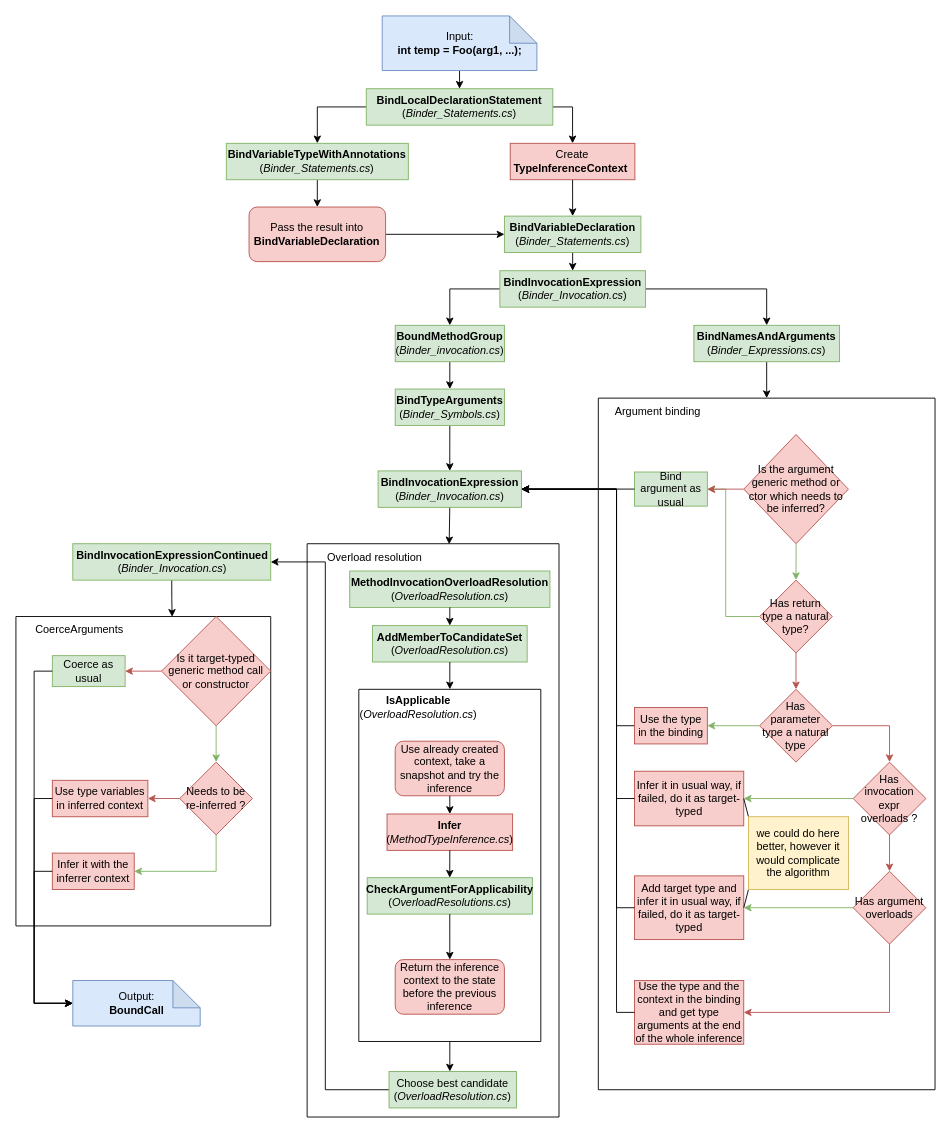
Before: Notes/Artifacts/InvocationExpressionBinding_Improved.drawio in TomatorCZ/master-thesis, a draw.io diagram. Source tidied: cells renumbered, new cells numbered last; positions are measured from the earlier drawing's top-left corner, leaving out a move shared by most shapes. Both pictures are drawn from the tidied source at 91%, with x=0, y=0 at pixel (15, 15).
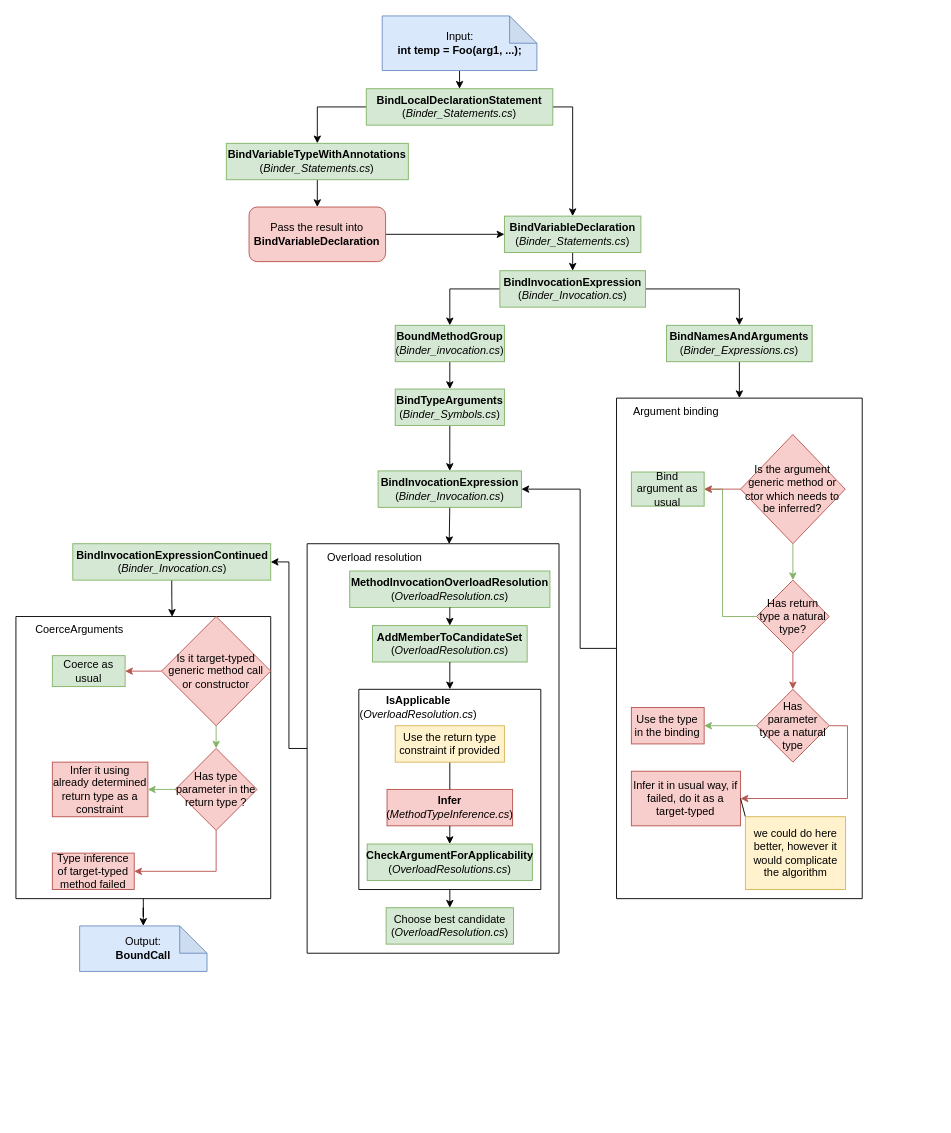
The same diagram, later.

The change refers to these unchanged cells:
```xml
<mxCell id="7" value="&lt;b&gt;BindLocalDeclarationStatement&lt;/b&gt; (&lt;i&gt;Binder_Statements.cs&lt;/i&gt;)" style="rounded=0;whiteSpace=wrap;html=1;fillColor=#d5e8d4;strokeColor=#82b366;" parent="1" vertex="1">
  <mxGeometry x="385" y="80" width="205" height="40" as="geometry" />
</mxCell>
<mxCell id="11" value="&lt;b&gt;BindVariableDeclaration&lt;/b&gt;&lt;br&gt;(&lt;i&gt;Binder_Statements.cs&lt;/i&gt;)" style="rounded=0;whiteSpace=wrap;html=1;fillColor=#d5e8d4;strokeColor=#82b366;" parent="1" vertex="1">
  <mxGeometry x="536.8" y="220" width="150" height="40" as="geometry" />
</mxCell>
<mxCell id="20" value="&lt;b&gt;BindInvocationExpression&lt;br&gt;&lt;/b&gt;(&lt;i&gt;Binder_Invocation.cs&lt;/i&gt;)" style="rounded=0;whiteSpace=wrap;html=1;fillColor=#d5e8d4;strokeColor=#82b366;" parent="1" vertex="1">
  <mxGeometry x="398" y="500" width="157.5" height="40" as="geometry" />
</mxCell>
<mxCell id="24" value="&lt;b&gt;BindInvocationExpressionContinued&lt;br&gt;&lt;/b&gt;(&lt;i&gt;Binder_Invocation.cs&lt;/i&gt;)" style="rounded=0;whiteSpace=wrap;html=1;fillColor=#d5e8d4;strokeColor=#82b366;" parent="1" vertex="1">
  <mxGeometry x="62.5" y="580" width="217.5" height="40" as="geometry" />
</mxCell>
<mxCell id="66" value="Coerce as usual" style="rounded=0;whiteSpace=wrap;html=1;fillColor=#d5e8d4;strokeColor=#82b366;" parent="58" vertex="1">
  <mxGeometry x="40" y="43" width="80" height="34" as="geometry" />
</mxCell>
```

What changed in the source:
```diff
@@
-    <mxCell id="5" style="rounded=0;jettySize=auto;html=1;exitX=0.5;exitY=1;exitDx=0;exitDy=0;entryX=0.5;entryY=0;entryDx=0;entryDy=0;" parent="1" edge="1" source="27" target="11">
-      <mxGeometry relative="1" as="geometry" />
-    </mxCell>
-    <mxCell id="6" style="rounded=0;jettySize=auto;html=1;exitX=1;exitY=0.5;exitDx=0;exitDy=0;entryX=0.5;entryY=0;entryDx=0;entryDy=0;edgeStyle=orthogonalEdgeStyle;" parent="1" edge="1" source="7" target="27">
+    <mxCell id="6" style="rounded=0;jettySize=auto;html=1;exitX=1;exitY=0.5;exitDx=0;exitDy=0;edgeStyle=orthogonalEdgeStyle;entryX=0.5;entryY=0;entryDx=0;entryDy=0;" parent="1" edge="1" source="7" target="11">
       <mxGeometry relative="1" as="geometry" />
     </mxCell>
@@
     <mxCell id="18" value="&lt;b&gt;BindNamesAndArguments&lt;/b&gt;&lt;br&gt;(&lt;i&gt;Binder_Expressions.cs&lt;/i&gt;)" style="rounded=0;whiteSpace=wrap;html=1;fillColor=#d5e8d4;strokeColor=#82b366;" parent="1" vertex="1">
-      <mxGeometry x="745" y="340" width="160" height="40" as="geometry" />
+      <mxGeometry x="715" y="340" width="160" height="40" as="geometry" />
     </mxCell>
@@
     <mxCell id="25" value="Output:&lt;br&gt;&lt;b&gt;BoundCall&lt;/b&gt;" style="shape=note;whiteSpace=wrap;html=1;backgroundOutline=1;darkOpacity=0.05;fillColor=#dae8fc;strokeColor=#6c8ebf;" parent="1" vertex="1">
-      <mxGeometry x="62.5" y="1060" width="140" height="50" as="geometry" />
+      <mxGeometry x="70" y="1000" width="140" height="50" as="geometry" />
     </mxCell>
-    <mxCell id="26" style="rounded=0;jettySize=auto;html=1;entryX=1;entryY=0.5;entryDx=0;entryDy=0;exitX=0;exitY=0.5;exitDx=0;exitDy=0;edgeStyle=orthogonalEdgeStyle;" parent="1" edge="1" source="76" target="24">
-      <mxGeometry relative="1" as="geometry">
-        <Array as="points">
-          <mxPoint x="340" y="1180" />
-          <mxPoint x="340" y="600" />
-        </Array>
-      </mxGeometry>
-    </mxCell>
-    <mxCell id="27" value="Create &lt;b&gt;TypeInferenceContext&lt;/b&gt;&amp;nbsp;" style="rounded=0;whiteSpace=wrap;html=1;fillColor=#f8cecc;strokeColor=#b85450;" parent="1" vertex="1">
-      <mxGeometry x="543.2" y="140" width="137" height="40" as="geometry" />
-    </mxCell>
@@
-    <mxCell id="30" style="edgeStyle=orthogonalEdgeStyle;rounded=0;jettySize=auto;html=1;exitX=0;exitY=0.5;exitDx=0;exitDy=0;entryX=1;entryY=0.5;entryDx=0;entryDy=0;" parent="1" edge="1" source="34" target="20">
-      <mxGeometry relative="1" as="geometry">
-        <Array as="points">
-          <mxPoint x="660" y="780" />
-          <mxPoint x="660" y="520" />
-        </Array>
-      </mxGeometry>
-    </mxCell>
+    <mxCell id="91" style="edgeStyle=orthogonalEdgeStyle;rounded=0;jettySize=auto;html=1;exitX=0;exitY=0.5;exitDx=0;exitDy=0;entryX=1;entryY=0.5;entryDx=0;entryDy=0;" parent="1" edge="1" source="31" target="20">
+      <mxGeometry relative="1" as="geometry">
+        <Array as="points">
+          <mxPoint x="620" y="695" />
+          <mxPoint x="620" y="520" />
+        </Array>
+      </mxGeometry>
+    </mxCell>
     <mxCell id="31" style="swimlane;startSize=0;" parent="1" vertex="1">
-      <mxGeometry x="640" y="420" width="370" height="760" as="geometry" />
+      <mxGeometry x="660" y="420" width="270" height="550" as="geometry" />
     </mxCell>
@@
     <mxCell id="33" value="Bind argument as usual" style="rounded=0;whiteSpace=wrap;html=1;fillColor=#d5e8d4;strokeColor=#82b366;" parent="31" vertex="1">
-      <mxGeometry x="39.8" y="81.2" width="80" height="37.5" as="geometry" />
+      <mxGeometry x="16.3" y="81.2" width="80" height="37.5" as="geometry" />
     </mxCell>
     <mxCell id="34" value="Use the type in the binding" style="rounded=0;whiteSpace=wrap;html=1;fillColor=#f8cecc;strokeColor=#b85450;" parent="31" vertex="1">
-      <mxGeometry x="39.8" y="340" width="80" height="40" as="geometry" />
+      <mxGeometry x="16.3" y="340" width="80" height="40" as="geometry" />
     </mxCell>
-    <mxCell id="35" style="edgeStyle=orthogonalEdgeStyle;rounded=0;jettySize=auto;html=1;exitX=0;exitY=0.5;exitDx=0;exitDy=0;entryX=1;entryY=0.5;entryDx=0;entryDy=0;fillColor=#d5e8d4;strokeColor=#82b366;" parent="31" edge="1" source="37" target="51">
-      <mxGeometry relative="1" as="geometry" />
-    </mxCell>
-    <mxCell id="36" style="edgeStyle=orthogonalEdgeStyle;rounded=0;jettySize=auto;html=1;exitX=0.5;exitY=1;exitDx=0;exitDy=0;entryX=1;entryY=0.5;entryDx=0;entryDy=0;fillColor=#f8cecc;strokeColor=#b85450;" parent="31" edge="1" source="37" target="45">
-      <mxGeometry relative="1" as="geometry" />
-    </mxCell>
-    <mxCell id="37" value="Has argument overloads" style="rhombus;whiteSpace=wrap;html=1;fillColor=#f8cecc;strokeColor=#b85450;" parent="31" vertex="1">
-      <mxGeometry x="280" y="520" width="80" height="80" as="geometry" />
-    </mxCell>
     <mxCell id="38" value="Has return type a natural type?" style="rhombus;whiteSpace=wrap;html=1;fillColor=#f8cecc;strokeColor=#b85450;" parent="31" vertex="1">
-      <mxGeometry x="177.2" y="200" width="80" height="80" as="geometry" />
+      <mxGeometry x="153.8" y="200" width="80" height="80" as="geometry" />
     </mxCell>
     <mxCell id="39" value="Has parameter type a natural type" style="rhombus;whiteSpace=wrap;html=1;fillColor=#f8cecc;strokeColor=#b85450;" parent="31" vertex="1">
-      <mxGeometry x="177.2" y="320" width="80" height="80" as="geometry" />
+      <mxGeometry x="153.8" y="320" width="80" height="80" as="geometry" />
     </mxCell>
     <mxCell id="40" style="edgeStyle=orthogonalEdgeStyle;rounded=0;jettySize=auto;html=1;exitX=0;exitY=0.5;exitDx=0;exitDy=0;entryX=1;entryY=0.5;entryDx=0;entryDy=0;fillColor=#d5e8d4;strokeColor=#82b366;" parent="31" edge="1" source="38" target="33">
       <mxGeometry relative="1" as="geometry">
         <Array as="points">
-          <mxPoint x="140" y="240" />
-          <mxPoint x="140" y="100" />
+          <mxPoint x="116.5" y="240" />
+          <mxPoint x="116.5" y="100" />
         </Array>
       </mxGeometry>
     </mxCell>
@@
-    <mxCell id="42" style="edgeStyle=orthogonalEdgeStyle;rounded=0;jettySize=auto;html=1;exitX=0.5;exitY=1;exitDx=0;exitDy=0;entryX=0.5;entryY=0;entryDx=0;entryDy=0;fillColor=#f8cecc;strokeColor=#b85450;" parent="31" edge="1" source="44" target="37">
-      <mxGeometry relative="1" as="geometry" />
-    </mxCell>
-    <mxCell id="43" style="edgeStyle=orthogonalEdgeStyle;rounded=0;jettySize=auto;html=1;exitX=0;exitY=0.5;exitDx=0;exitDy=0;entryX=1;entryY=0.5;entryDx=0;entryDy=0;fillColor=#d5e8d4;strokeColor=#82b366;" parent="31" edge="1" source="44" target="52">
-      <mxGeometry relative="1" as="geometry" />
-    </mxCell>
-    <mxCell id="44" value="Has invocation expr overloads ?" style="rhombus;whiteSpace=wrap;html=1;fillColor=#f8cecc;strokeColor=#b85450;" parent="31" vertex="1">
-      <mxGeometry x="280" y="400" width="80" height="80" as="geometry" />
-    </mxCell>
-    <mxCell id="45" value="Use the type and the context in the binding and get type arguments at the end of the whole inference" style="rounded=0;whiteSpace=wrap;html=1;fillColor=#f8cecc;strokeColor=#b85450;" parent="31" vertex="1">
-      <mxGeometry x="39.8" y="640" width="120" height="70" as="geometry" />
-    </mxCell>
@@
-    <mxCell id="47" style="edgeStyle=orthogonalEdgeStyle;rounded=0;jettySize=auto;html=1;exitX=1;exitY=0.5;exitDx=0;exitDy=0;entryX=0.5;entryY=0;entryDx=0;entryDy=0;fillColor=#f8cecc;strokeColor=#b85450;" parent="31" edge="1" source="39" target="44">
+    <mxCell id="47" style="edgeStyle=orthogonalEdgeStyle;rounded=0;jettySize=auto;html=1;exitX=1;exitY=0.5;exitDx=0;exitDy=0;entryX=1;entryY=0.5;entryDx=0;entryDy=0;fillColor=#f8cecc;strokeColor=#b85450;" parent="31" edge="1" source="39" target="52">
       <mxGeometry relative="1" as="geometry" />
     </mxCell>
     <mxCell id="48" style="edgeStyle=orthogonalEdgeStyle;rounded=0;jettySize=auto;html=1;exitX=0;exitY=0.5;exitDx=0;exitDy=0;fillColor=#f8cecc;strokeColor=#b85450;" parent="31" edge="1" source="49">
       <mxGeometry relative="1" as="geometry">
-        <mxPoint x="119.8" y="100.2" as="targetPoint" />
+        <mxPoint x="96.3" y="100.2" as="targetPoint" />
       </mxGeometry>
     </mxCell>
     <mxCell id="49" value="Is the argument generic method or ctor which needs to be inferred?" style="rhombus;whiteSpace=wrap;html=1;fillColor=#f8cecc;strokeColor=#b85450;" parent="31" vertex="1">
-      <mxGeometry x="159.8" y="40" width="115" height="120" as="geometry" />
+      <mxGeometry x="136.3" y="40" width="115" height="120" as="geometry" />
     </mxCell>
@@
-    <mxCell id="51" value="Add target type and infer it in usual way, if failed, do it as target-typed" style="rounded=0;whiteSpace=wrap;html=1;fillColor=#f8cecc;strokeColor=#b85450;" parent="31" vertex="1">
-      <mxGeometry x="39.8" y="525" width="120" height="70" as="geometry" />
-    </mxCell>
-    <mxCell id="52" value="Infer it in usual way, if failed, do it as target-typed" style="rounded=0;whiteSpace=wrap;html=1;fillColor=#f8cecc;strokeColor=#b85450;" parent="31" vertex="1">
-      <mxGeometry x="39.8" y="410" width="120" height="60" as="geometry" />
+    <mxCell id="52" value="Infer it in usual way, if failed, do it as a target-typed" style="rounded=0;whiteSpace=wrap;html=1;fillColor=#f8cecc;strokeColor=#b85450;" parent="31" vertex="1">
+      <mxGeometry x="16.3" y="410" width="120" height="60" as="geometry" />
     </mxCell>
@@
-    <mxCell id="54" style="rounded=0;jettySize=auto;html=1;exitX=0;exitY=1;exitDx=0;exitDy=0;entryX=1;entryY=0.5;entryDx=0;entryDy=0;endArrow=none;endFill=0;" parent="31" edge="1" source="55" target="51">
-      <mxGeometry relative="1" as="geometry" />
-    </mxCell>
     <mxCell id="55" value="we could do here better, however it would complicate the algorithm" style="rounded=0;whiteSpace=wrap;html=1;fillColor=#fff2cc;strokeColor=#d6b656;" parent="31" vertex="1">
-      <mxGeometry x="165" y="460" width="110" height="80" as="geometry" />
+      <mxGeometry x="141.6" y="460" width="110" height="80" as="geometry" />
     </mxCell>
-    <mxCell id="56" style="edgeStyle=orthogonalEdgeStyle;rounded=0;jettySize=auto;html=1;exitX=0;exitY=0.5;exitDx=0;exitDy=0;entryX=1;entryY=0.5;entryDx=0;entryDy=0;" parent="1" edge="1" source="45" target="20">
-      <mxGeometry relative="1" as="geometry">
-        <Array as="points">
-          <mxPoint x="660" y="1095" />
-          <mxPoint x="660" y="520" />
-        </Array>
-      </mxGeometry>
-    </mxCell>
-    <mxCell id="57" style="edgeStyle=orthogonalEdgeStyle;rounded=0;jettySize=auto;html=1;exitX=0;exitY=0.5;exitDx=0;exitDy=0;entryX=1;entryY=0.5;entryDx=0;entryDy=0;" parent="1" edge="1" source="33" target="20">
-      <mxGeometry relative="1" as="geometry" />
-    </mxCell>
+    <mxCell id="92" style="edgeStyle=orthogonalEdgeStyle;rounded=0;jettySize=auto;html=1;exitX=0.5;exitY=1;exitDx=0;exitDy=0;" parent="1" edge="1" source="58" target="25">
+      <mxGeometry relative="1" as="geometry" />
+    </mxCell>
     <mxCell id="58" style="swimlane;startSize=0;" parent="1" vertex="1">
-      <mxGeometry y="660" width="280" height="340" as="geometry" />
+      <mxGeometry y="660" width="280" height="310" as="geometry" />
     </mxCell>
@@
-    <mxCell id="63" style="edgeStyle=orthogonalEdgeStyle;rounded=0;jettySize=auto;html=1;exitX=0.5;exitY=1;exitDx=0;exitDy=0;entryX=1;entryY=0.5;entryDx=0;entryDy=0;fillColor=#d5e8d4;strokeColor=#82b366;" parent="58" edge="1" source="65" target="68">
+    <mxCell id="63" style="edgeStyle=orthogonalEdgeStyle;rounded=0;jettySize=auto;html=1;exitX=0.5;exitY=1;exitDx=0;exitDy=0;entryX=1;entryY=0.5;entryDx=0;entryDy=0;fillColor=#f8cecc;strokeColor=#b85450;" parent="58" edge="1" source="65" target="68">
       <mxGeometry relative="1" as="geometry" />
     </mxCell>
-    <mxCell id="64" style="edgeStyle=orthogonalEdgeStyle;rounded=0;jettySize=auto;html=1;exitX=0;exitY=0.5;exitDx=0;exitDy=0;entryX=1;entryY=0.5;entryDx=0;entryDy=0;fillColor=#f8cecc;strokeColor=#b85450;" parent="58" edge="1" source="65" target="67">
+    <mxCell id="64" style="edgeStyle=orthogonalEdgeStyle;rounded=0;jettySize=auto;html=1;exitX=0;exitY=0.5;exitDx=0;exitDy=0;entryX=1;entryY=0.5;entryDx=0;entryDy=0;fillColor=#d5e8d4;strokeColor=#82b366;" parent="58" edge="1" source="65" target="67">
       <mxGeometry relative="1" as="geometry" />
     </mxCell>
-    <mxCell id="65" value="Needs to be re-inferred ?" style="rhombus;whiteSpace=wrap;html=1;fillColor=#f8cecc;strokeColor=#b85450;" parent="58" vertex="1">
-      <mxGeometry x="180" y="160" width="80" height="80" as="geometry" />
+    <mxCell id="65" value="Has type parameter in the return type ?" style="rhombus;whiteSpace=wrap;html=1;fillColor=#f8cecc;strokeColor=#b85450;" parent="58" vertex="1">
+      <mxGeometry x="175" y="145" width="90" height="90" as="geometry" />
     </mxCell>
@@
-    <mxCell id="67" value="Use type variables in inferred context" style="rounded=0;whiteSpace=wrap;html=1;fillColor=#f8cecc;strokeColor=#b85450;" parent="58" vertex="1">
-      <mxGeometry x="40" y="180" width="105" height="40" as="geometry" />
+    <mxCell id="67" value="Infer it using already determined return type as a constraint" style="rounded=0;whiteSpace=wrap;html=1;fillColor=#f8cecc;strokeColor=#b85450;" parent="58" vertex="1">
+      <mxGeometry x="40" y="160" width="105" height="60" as="geometry" />
     </mxCell>
-    <mxCell id="68" value="Infer it with the inferrer context" style="rounded=0;whiteSpace=wrap;html=1;fillColor=#f8cecc;strokeColor=#b85450;" parent="58" vertex="1">
+    <mxCell id="68" value="Type inference of target-typed method failed" style="rounded=0;whiteSpace=wrap;html=1;fillColor=#f8cecc;strokeColor=#b85450;" parent="58" vertex="1">
       <mxGeometry x="40" y="260" width="90" height="40" as="geometry" />
     </mxCell>
-    <mxCell id="69" style="edgeStyle=orthogonalEdgeStyle;rounded=0;jettySize=auto;html=1;exitX=0;exitY=0.5;exitDx=0;exitDy=0;entryX=0;entryY=0.5;entryDx=0;entryDy=0;entryPerimeter=0;" parent="1" edge="1" source="66" target="25">
-      <mxGeometry relative="1" as="geometry" />
-    </mxCell>
+    <mxCell id="93" style="edgeStyle=orthogonalEdgeStyle;rounded=0;jettySize=auto;html=1;exitX=0;exitY=0.5;exitDx=0;exitDy=0;entryX=1;entryY=0.5;entryDx=0;entryDy=0;" parent="1" edge="1" source="70" target="24">
+      <mxGeometry relative="1" as="geometry" />
+    </mxCell>
     <mxCell id="70" style="swimlane;startSize=0;" parent="1" vertex="1">
-      <mxGeometry x="320" y="580" width="276.8" height="630" as="geometry" />
+      <mxGeometry x="320" y="580" width="276.8" height="450" as="geometry" />
     </mxCell>
@@
     <mxCell id="76" value="Choose best candidate&lt;br&gt;(&lt;i&gt;OverloadResolution.cs&lt;/i&gt;)" style="rounded=0;whiteSpace=wrap;html=1;fillColor=#d5e8d4;strokeColor=#82b366;" parent="70" vertex="1">
-      <mxGeometry x="90" y="580" width="140" height="40" as="geometry" />
+      <mxGeometry x="86.8" y="400" width="140" height="40" as="geometry" />
     </mxCell>
-    <mxCell id="77" style="rounded=0;jettySize=auto;html=1;exitX=0.5;exitY=1;exitDx=0;exitDy=0;entryX=0.5;entryY=0;entryDx=0;entryDy=0;" parent="70" edge="1" source="78">
-      <mxGeometry relative="1" as="geometry">
-        <mxPoint x="156.8" y="580" as="targetPoint" />
-      </mxGeometry>
+    <mxCell id="77" style="rounded=0;jettySize=auto;html=1;exitX=0.5;exitY=1;exitDx=0;exitDy=0;entryX=0.5;entryY=0;entryDx=0;entryDy=0;" parent="70" edge="1" source="78" target="76">
+      <mxGeometry relative="1" as="geometry" />
     </mxCell>
     <mxCell id="78" style="swimlane;startSize=0;" parent="70" vertex="1">
-      <mxGeometry x="56.8" y="160" width="200" height="387" as="geometry" />
+      <mxGeometry x="56.8" y="160" width="200" height="220" as="geometry" />
     </mxCell>
@@
-    <mxCell id="80" value="Use already created context, take a snapshot and try the inference" style="rounded=1;whiteSpace=wrap;html=1;fillColor=#f8cecc;strokeColor=#b85450;" parent="78" vertex="1">
-      <mxGeometry x="40" y="57" width="120" height="60" as="geometry" />
-    </mxCell>
     <mxCell id="81" value="&lt;b&gt;Infer&lt;/b&gt;&lt;br&gt;(&lt;i&gt;MethodTypeInference.cs&lt;/i&gt;)" style="rounded=0;whiteSpace=wrap;html=1;fillColor=#f8cecc;strokeColor=#b85450;" parent="78" vertex="1">
-      <mxGeometry x="31" y="137" width="138" height="40" as="geometry" />
+      <mxGeometry x="31" y="110" width="138" height="40" as="geometry" />
     </mxCell>
-    <mxCell id="82" style="rounded=0;jettySize=auto;html=1;exitX=0.5;exitY=1;exitDx=0;exitDy=0;entryX=0.5;entryY=0;entryDx=0;entryDy=0;" parent="78" edge="1" source="80" target="81">
-      <mxGeometry relative="1" as="geometry" />
-    </mxCell>
     <mxCell id="83" value="&lt;b&gt;CheckArgumentForApplicability&lt;/b&gt;&lt;br&gt;(&lt;i&gt;OverloadResolutions.cs&lt;/i&gt;)" style="rounded=0;whiteSpace=wrap;html=1;fillColor=#d5e8d4;strokeColor=#82b366;" parent="78" vertex="1">
-      <mxGeometry x="9.2" y="207" width="181.5" height="40" as="geometry" />
+      <mxGeometry x="9.2" y="170" width="181.5" height="40" as="geometry" />
     </mxCell>
@@
-    <mxCell id="85" value="Return the inference context to the state before the previous inference" style="rounded=1;whiteSpace=wrap;html=1;fillColor=#f8cecc;strokeColor=#b85450;" parent="78" vertex="1">
-      <mxGeometry x="40" y="297" width="120" height="60" as="geometry" />
-    </mxCell>
-    <mxCell id="86" style="rounded=0;jettySize=auto;html=1;exitX=0.5;exitY=1;exitDx=0;exitDy=0;entryX=0.5;entryY=0;entryDx=0;entryDy=0;" parent="78" edge="1" source="83" target="85">
-      <mxGeometry relative="1" as="geometry" />
-    </mxCell>
-    <mxCell id="87" style="edgeStyle=orthogonalEdgeStyle;rounded=0;jettySize=auto;html=1;exitX=0;exitY=0.5;exitDx=0;exitDy=0;entryX=1;entryY=0.5;entryDx=0;entryDy=0;" parent="1" edge="1" source="52" target="20">
-      <mxGeometry relative="1" as="geometry">
-        <Array as="points">
-          <mxPoint x="660" y="860" />
-          <mxPoint x="660" y="520" />
-        </Array>
-      </mxGeometry>
-    </mxCell>
-    <mxCell id="88" style="edgeStyle=orthogonalEdgeStyle;rounded=0;jettySize=auto;html=1;exitX=0;exitY=0.5;exitDx=0;exitDy=0;entryX=1;entryY=0.5;entryDx=0;entryDy=0;" parent="1" edge="1" source="51" target="20">
-      <mxGeometry relative="1" as="geometry">
-        <Array as="points">
-          <mxPoint x="660" y="980" />
-          <mxPoint x="660" y="520" />
-        </Array>
-      </mxGeometry>
-    </mxCell>
-    <mxCell id="89" style="edgeStyle=orthogonalEdgeStyle;rounded=0;jettySize=auto;html=1;exitX=0;exitY=0.5;exitDx=0;exitDy=0;entryX=0;entryY=0.5;entryDx=0;entryDy=0;entryPerimeter=0;" parent="1" edge="1" source="68" target="25">
-      <mxGeometry relative="1" as="geometry" />
-    </mxCell>
-    <mxCell id="90" style="edgeStyle=orthogonalEdgeStyle;rounded=0;jettySize=auto;html=1;exitX=0;exitY=0.5;exitDx=0;exitDy=0;entryX=0;entryY=0.5;entryDx=0;entryDy=0;entryPerimeter=0;" parent="1" edge="1" source="67" target="25">
-      <mxGeometry relative="1" as="geometry" />
-    </mxCell>
+    <mxCell id="94" style="edgeStyle=orthogonalEdgeStyle;rounded=0;jettySize=auto;html=1;exitX=0.5;exitY=1;exitDx=0;exitDy=0;entryX=0.5;entryY=0;entryDx=0;entryDy=0;endArrow=none;endFill=0;" parent="78" edge="1" source="95" target="81">
+      <mxGeometry relative="1" as="geometry" />
+    </mxCell>
+    <mxCell id="95" value="Use the return type constraint if provided" style="rounded=0;whiteSpace=wrap;html=1;fillColor=#fff2cc;strokeColor=#d6b656;" parent="78" vertex="1">
+      <mxGeometry x="40" y="40" width="120" height="40" as="geometry" />
+    </mxCell>
```
